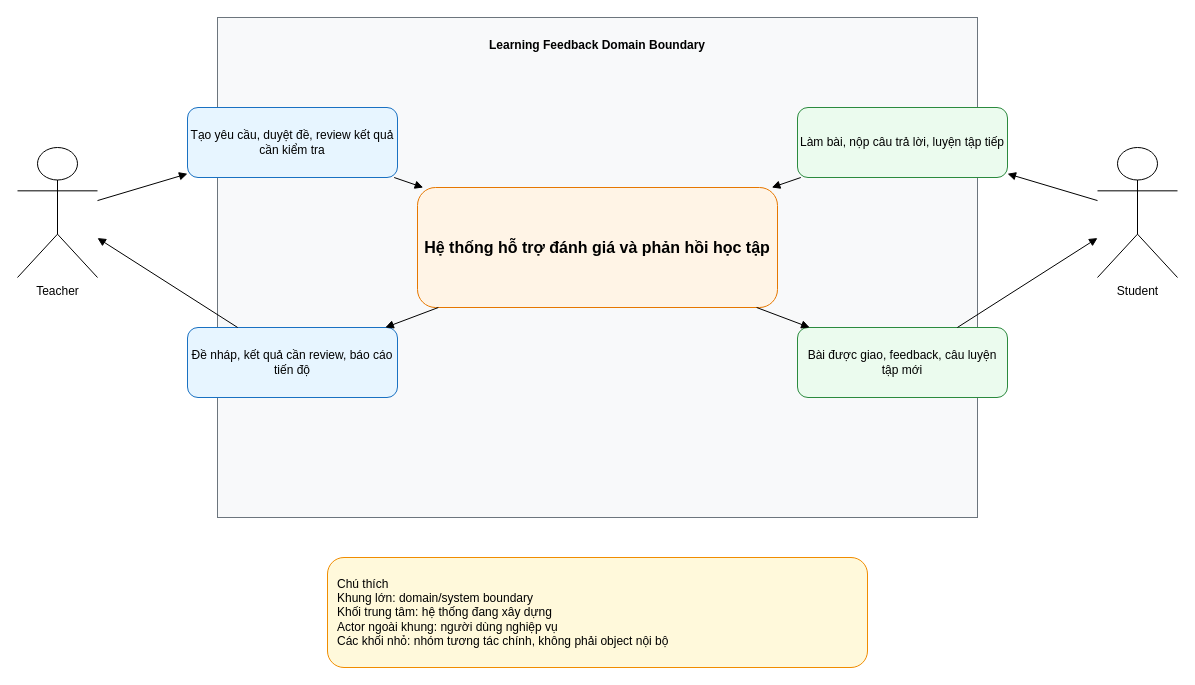
This is docs/diagrams/domain-context.drawio from biabeogo147/AI-Assessment-and-Feedback-Assistant, a draw.io file, before an edit. Source tidied: cells renumbered, new cells numbered last; positions are measured from the earlier drawing's top-left corner, leaving out a move shared by most shapes. Both pictures are drawn from the tidied source at 100%, with x=0, y=0 at pixel (17, 17).
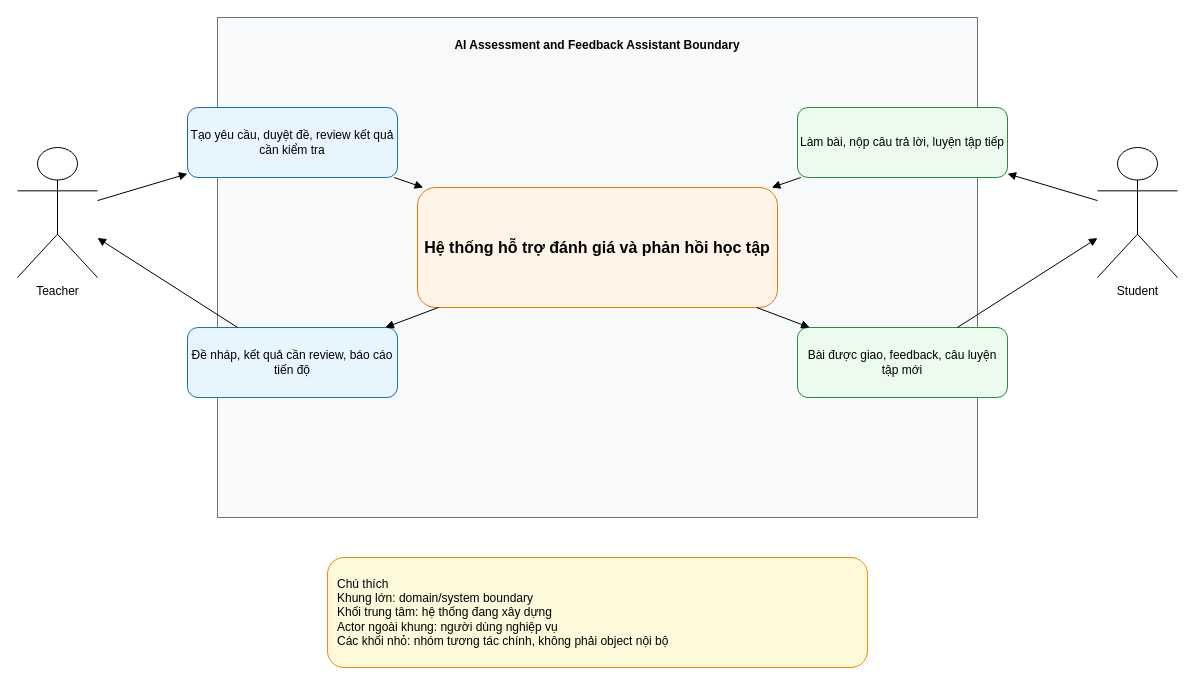
After the change.

The edit, as a diff of the source:
```diff
@@
 <mxGraphModel>
   <root>
     <mxCell id="0" />
     <mxCell id="1" parent="0" />
-    <mxCell id="2" value="Learning Feedback Domain Boundary" style="rounded=0;whiteSpace=wrap;html=1;fillColor=#f8f9fa;strokeColor=#6c757d;fontStyle=1;verticalAlign=top;spacingTop=14;" parent="1" vertex="1">
+    <mxCell id="2" value="AI Assessment and Feedback Assistant Boundary" style="rounded=0;whiteSpace=wrap;html=1;fillColor=#f8f9fa;strokeColor=#6c757d;fontStyle=1;verticalAlign=top;spacingTop=14;" parent="1" vertex="1">
       <mxGeometry x="200" width="760" height="500" as="geometry" />
     </mxCell>
     <mxCell id="3" value="Hệ thống hỗ trợ đánh giá và phản hồi học tập" style="rounded=1;whiteSpace=wrap;html=1;fillColor=#fff4e6;strokeColor=#e67700;fontStyle=1;fontSize=16;" parent="1" vertex="1">
       <mxGeometry x="400" y="170" width="360" height="120" as="geometry" />
     </mxCell>
     <mxCell id="4" value="Teacher" style="shape=umlActor;verticalLabelPosition=bottom;verticalAlign=top;html=1;outlineConnect=0;" parent="1" vertex="1">
       <mxGeometry y="130" width="80" height="130" as="geometry" />
     </mxCell>
     <mxCell id="5" value="Student" style="shape=umlActor;verticalLabelPosition=bottom;verticalAlign=top;html=1;outlineConnect=0;" parent="1" vertex="1">
       <mxGeometry x="1080" y="130" width="80" height="130" as="geometry" />
     </mxCell>
     <mxCell id="6" value="Tạo yêu cầu, duyệt đề, review kết quả cần kiểm tra" style="rounded=1;whiteSpace=wrap;html=1;fillColor=#e7f5ff;strokeColor=#1971c2;" parent="1" vertex="1">
       <mxGeometry x="170" y="90" width="210" height="70" as="geometry" />
     </mxCell>
     <mxCell id="7" value="Đề nháp, kết quả cần review, báo cáo tiến độ" style="rounded=1;whiteSpace=wrap;html=1;fillColor=#e7f5ff;strokeColor=#1971c2;" parent="1" vertex="1">
       <mxGeometry x="170" y="310" width="210" height="70" as="geometry" />
     </mxCell>
     <mxCell id="8" value="Làm bài, nộp câu trả lời, luyện tập tiếp" style="rounded=1;whiteSpace=wrap;html=1;fillColor=#ebfbee;strokeColor=#2b8a3e;" parent="1" vertex="1">
       <mxGeometry x="780" y="90" width="210" height="70" as="geometry" />
     </mxCell>
     <mxCell id="9" value="Bài được giao, feedback, câu luyện tập mới" style="rounded=1;whiteSpace=wrap;html=1;fillColor=#ebfbee;strokeColor=#2b8a3e;" parent="1" vertex="1">
       <mxGeometry x="780" y="310" width="210" height="70" as="geometry" />
     </mxCell>
     <mxCell id="10" value="Chú thích&#10;Khung lớn: domain/system boundary&#10;Khối trung tâm: hệ thống đang xây dựng&#10;Actor ngoài khung: người dùng nghiệp vụ&#10;Các khối nhỏ: nhóm tương tác chính, không phải object nội bộ" style="rounded=1;whiteSpace=wrap;html=1;fillColor=#fff9db;strokeColor=#f08c00;align=left;spacing=10;" parent="1" vertex="1">
       <mxGeometry x="310" y="540" width="540" height="110" as="geometry" />
     </mxCell>
     <mxCell id="11" style="endArrow=block;html=1;rounded=0;" parent="1" edge="1" source="4" target="6">
       <mxGeometry relative="1" as="geometry" />
     </mxCell>
     <mxCell id="12" style="endArrow=block;html=1;rounded=0;" parent="1" edge="1" source="6" target="3">
       <mxGeometry relative="1" as="geometry" />
     </mxCell>
     <mxCell id="13" style="endArrow=block;html=1;rounded=0;" parent="1" edge="1" source="3" target="7">
       <mxGeometry relative="1" as="geometry" />
     </mxCell>
     <mxCell id="14" style="endArrow=block;html=1;rounded=0;" parent="1" edge="1" source="7" target="4">
       <mxGeometry relative="1" as="geometry" />
     </mxCell>
     <mxCell id="15" style="endArrow=block;html=1;rounded=0;" parent="1" edge="1" source="5" target="8">
       <mxGeometry relative="1" as="geometry" />
     </mxCell>
     <mxCell id="16" style="endArrow=block;html=1;rounded=0;" parent="1" edge="1" source="8" target="3">
       <mxGeometry relative="1" as="geometry" />
     </mxCell>
     <mxCell id="17" style="endArrow=block;html=1;rounded=0;" parent="1" edge="1" source="3" target="9">
       <mxGeometry relative="1" as="geometry" />
     </mxCell>
     <mxCell id="18" style="endArrow=block;html=1;rounded=0;" parent="1" edge="1" source="9" target="5">
       <mxGeometry relative="1" as="geometry" />
     </mxCell>
   </root>
 </mxGraphModel>
```
